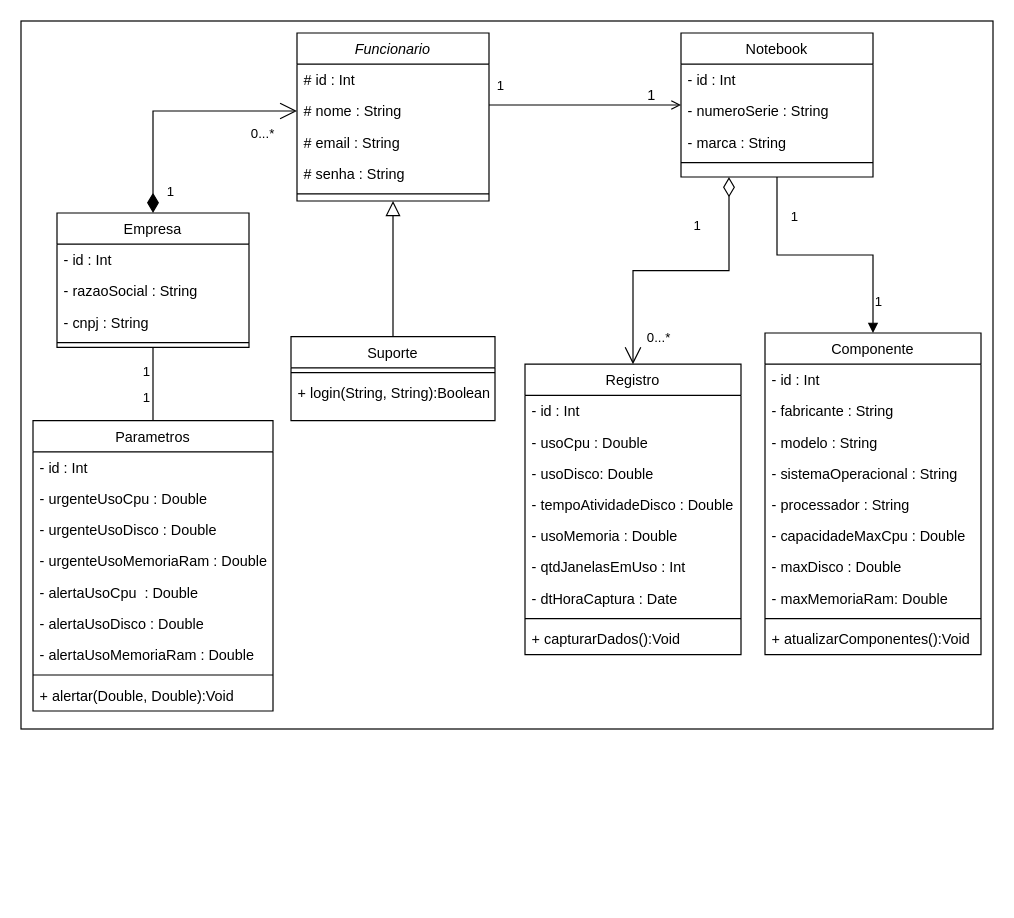
This is Diagramas/Diagrama de Classes/Diagrama_de_Classes.drawio from Noctoramento/Documentacao, a draw.io file, before an edit. Source tidied: cells renumbered, new cells numbered last; positions are measured from the earlier drawing's top-left corner, leaving out a move shared by most shapes. Both pictures are drawn from the tidied source at 120%, with x=0, y=0 at pixel (20, 20).
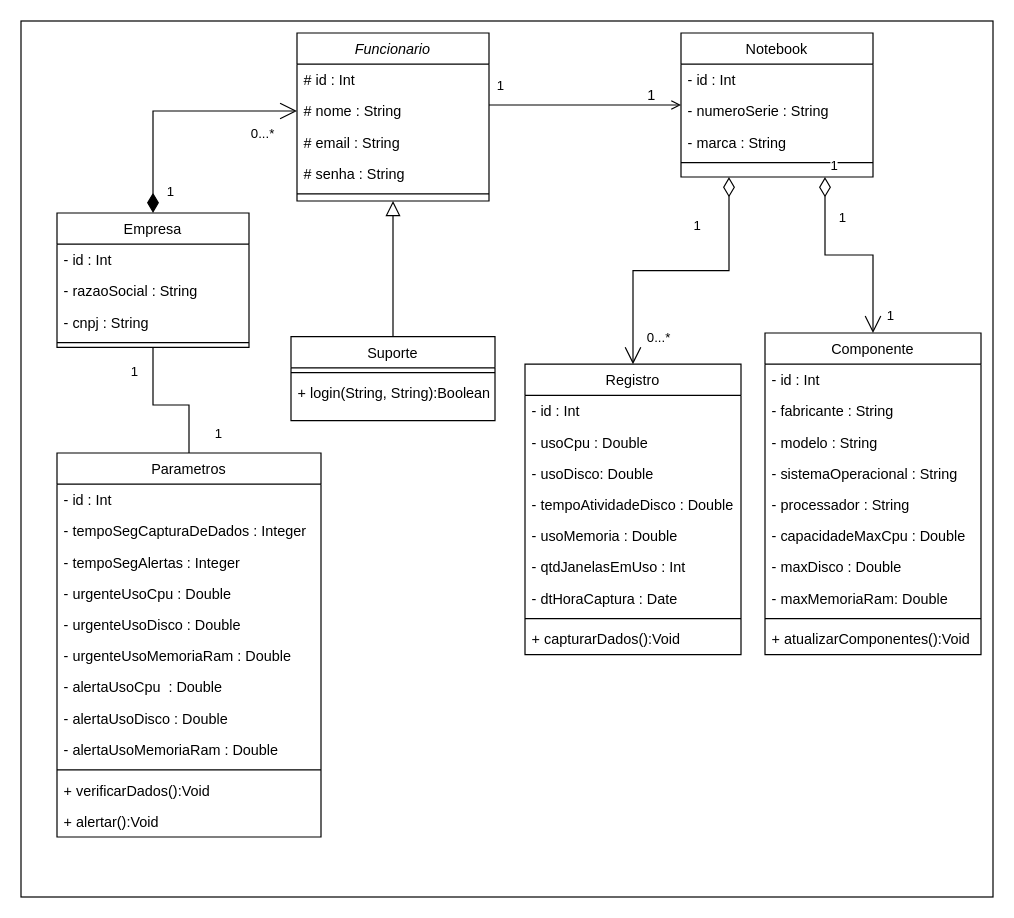
The same diagram, later.

Commit message (it also covers changes not shown here):
Finalizado diagrama de classes

The change refers to these unchanged cells:
```xml
<mxCell id="13" value="Componente" style="swimlane;fontStyle=0;align=center;verticalAlign=top;horizontal=1;startSize=26;rounded=0;shadow=0;strokeWidth=1;" parent="1" vertex="1">
  <mxGeometry x="620" y="260" width="180" height="268" as="geometry" />
</mxCell>
<mxCell id="24" value="Notebook" style="swimlane;fontStyle=0;align=center;verticalAlign=top;horizontal=1;startSize=26;rounded=0;shadow=0;strokeWidth=1;" parent="1" vertex="1">
  <mxGeometry x="550" y="10" width="160" height="120" as="geometry" />
</mxCell>
<mxCell id="41" value="Empresa" style="swimlane;fontStyle=0;align=center;verticalAlign=top;horizontal=1;startSize=26;rounded=0;shadow=0;strokeWidth=1;" parent="1" vertex="1">
  <mxGeometry x="30" y="160" width="160" height="112" as="geometry" />
</mxCell>
```

What changed in the source:
```diff
@@
     <mxCell id="2" style="rounded=0;whiteSpace=wrap;html=1;" parent="1" vertex="1">
-      <mxGeometry width="810" height="590" as="geometry" />
+      <mxGeometry width="810" height="730" as="geometry" />
     </mxCell>
@@
     <mxCell id="46" value="Parametros" style="swimlane;fontStyle=0;align=center;verticalAlign=top;horizontal=1;startSize=26;rounded=0;shadow=0;strokeWidth=1;" parent="1" vertex="1">
-      <mxGeometry x="10" y="333" width="200" height="242" as="geometry" />
+      <mxGeometry x="30" y="360" width="220" height="320" as="geometry" />
     </mxCell>
     <mxCell id="47" value="- id : Int" style="text;align=left;verticalAlign=top;spacingLeft=4;spacingRight=4;overflow=hidden;" parent="46" vertex="1">
-      <mxGeometry y="26" width="200" height="26" as="geometry" />
+      <mxGeometry y="26" width="220" height="26" as="geometry" />
     </mxCell>
+    <mxCell id="66" value="- tempoSegCapturaDeDados : Integer" style="text;align=left;verticalAlign=top;spacingLeft=4;spacingRight=4;overflow=hidden;" parent="46" vertex="1">
+      <mxGeometry y="52" width="220" height="26" as="geometry" />
+    </mxCell>
+    <mxCell id="67" value="- tempoSegAlertas : Integer" style="text;align=left;verticalAlign=top;spacingLeft=4;spacingRight=4;overflow=hidden;" parent="46" vertex="1">
+      <mxGeometry y="78" width="220" height="26" as="geometry" />
+    </mxCell>
     <mxCell id="48" value="- urgenteUsoCpu : Double" style="text;align=left;verticalAlign=top;spacingLeft=4;spacingRight=4;overflow=hidden;" parent="46" vertex="1">
-      <mxGeometry y="52" width="200" height="26" as="geometry" />
+      <mxGeometry y="104" width="220" height="26" as="geometry" />
     </mxCell>
     <mxCell id="49" value="- urgenteUsoDisco : Double" style="text;align=left;verticalAlign=top;spacingLeft=4;spacingRight=4;overflow=hidden;" parent="46" vertex="1">
-      <mxGeometry y="78" width="200" height="26" as="geometry" />
+      <mxGeometry y="130" width="220" height="26" as="geometry" />
     </mxCell>
     <mxCell id="50" value="- urgenteUsoMemoriaRam : Double" style="text;align=left;verticalAlign=top;spacingLeft=4;spacingRight=4;overflow=hidden;" parent="46" vertex="1">
-      <mxGeometry y="104" width="200" height="26" as="geometry" />
+      <mxGeometry y="156" width="220" height="26" as="geometry" />
     </mxCell>
     <mxCell id="51" value="- alertaUsoCpu  : Double" style="text;align=left;verticalAlign=top;spacingLeft=4;spacingRight=4;overflow=hidden;" parent="46" vertex="1">
-      <mxGeometry y="130" width="200" height="26" as="geometry" />
+      <mxGeometry y="182" width="220" height="26" as="geometry" />
     </mxCell>
     <mxCell id="52" value="- alertaUsoDisco : Double" style="text;align=left;verticalAlign=top;spacingLeft=4;spacingRight=4;overflow=hidden;" parent="46" vertex="1">
-      <mxGeometry y="156" width="200" height="26" as="geometry" />
+      <mxGeometry y="208" width="220" height="26" as="geometry" />
     </mxCell>
     <mxCell id="53" value="- alertaUsoMemoriaRam : Double" style="text;align=left;verticalAlign=top;spacingLeft=4;spacingRight=4;overflow=hidden;" parent="46" vertex="1">
-      <mxGeometry y="182" width="200" height="26" as="geometry" />
+      <mxGeometry y="234" width="220" height="26" as="geometry" />
     </mxCell>
     <mxCell id="54" style="line;html=1;strokeWidth=1;align=left;verticalAlign=middle;spacingTop=-1;spacingLeft=3;spacingRight=3;labelPosition=right;" parent="46" vertex="1">
-      <mxGeometry y="208" width="200" height="8" as="geometry" />
+      <mxGeometry y="260" width="220" height="8" as="geometry" />
     </mxCell>
-    <mxCell id="55" value="+ alertar(Double, Double):Void" style="text;align=left;verticalAlign=top;spacingLeft=4;spacingRight=4;overflow=hidden;fontStyle=0;" parent="46" vertex="1">
-      <mxGeometry y="216" width="200" height="26" as="geometry" />
+    <mxCell id="55" value="+ verificarDados():Void" style="text;align=left;verticalAlign=top;spacingLeft=4;spacingRight=4;overflow=hidden;fontStyle=0;" parent="46" vertex="1">
+      <mxGeometry y="268" width="220" height="26" as="geometry" />
     </mxCell>
+    <mxCell id="68" value="+ alertar():Void" style="text;align=left;verticalAlign=top;spacingLeft=4;spacingRight=4;overflow=hidden;fontStyle=0;" parent="46" vertex="1">
+      <mxGeometry y="294" width="220" height="26" as="geometry" />
+    </mxCell>
     <mxCell id="56" style="endArrow=none;html=1;rounded=0;exitX=0.5;exitY=0;exitDx=0;exitDy=0;entryX=0.5;entryY=1;entryDx=0;entryDy=0;" parent="1" edge="1" source="46" target="41">
-      <mxGeometry relative="1" as="geometry" />
+      <mxGeometry relative="1" as="geometry">
+        <Array as="points">
+          <mxPoint x="140" y="320" />
+          <mxPoint x="110" y="320" />
+        </Array>
+      </mxGeometry>
     </mxCell>
@@
     <mxCell id="59" value="&lt;span style=&quot;color: rgb(0, 0, 0); font-family: Helvetica; font-size: 11px; font-style: normal; font-variant-ligatures: normal; font-variant-caps: normal; font-weight: 400; letter-spacing: normal; orphans: 2; text-align: left; text-indent: 0px; text-transform: none; widows: 2; word-spacing: 0px; -webkit-text-stroke-width: 0px; white-space: nowrap; background-color: rgb(255, 255, 255); text-decoration-thickness: initial; text-decoration-style: initial; text-decoration-color: initial; display: inline !important; float: none;&quot;&gt;1&lt;/span&gt;" style="text;whiteSpace=wrap;html=1;" parent="1" vertex="1">
-      <mxGeometry x="100" y="278" width="40" height="40" as="geometry" />
+      <mxGeometry x="90" y="278" width="40" height="40" as="geometry" />
     </mxCell>
@@
-    <mxCell id="62" value="1" style="endArrow=block;endFill=1;html=1;edgeStyle=orthogonalEdgeStyle;align=left;verticalAlign=top;rounded=0;entryX=0.5;entryY=0;entryDx=0;entryDy=0;exitX=0.5;exitY=1;exitDx=0;exitDy=0;" parent="1" edge="1" source="24" target="13">
-      <mxGeometry x="-0.81" y="10" relative="1" as="geometry" />
-    </mxCell>
     <mxCell id="63" value="&lt;span style=&quot;color: rgb(0, 0, 0); font-family: Helvetica; font-size: 11px; font-style: normal; font-variant-ligatures: normal; font-variant-caps: normal; font-weight: 400; letter-spacing: normal; orphans: 2; text-align: left; text-indent: 0px; text-transform: none; widows: 2; word-spacing: 0px; -webkit-text-stroke-width: 0px; white-space: nowrap; background-color: rgb(255, 255, 255); text-decoration-thickness: initial; text-decoration-style: initial; text-decoration-color: initial; display: inline !important; float: none;&quot;&gt;1&lt;/span&gt;" style="text;whiteSpace=wrap;html=1;" parent="1" vertex="1">
-      <mxGeometry x="710" y="220" width="40" height="40" as="geometry" />
+      <mxGeometry x="720" y="232" width="40" height="40" as="geometry" />
     </mxCell>
@@
     <mxCell id="65" value="&lt;span style=&quot;color: rgb(0, 0, 0); font-family: Helvetica; font-size: 11px; font-style: normal; font-variant-ligatures: normal; font-variant-caps: normal; font-weight: 400; letter-spacing: normal; orphans: 2; text-align: left; text-indent: 0px; text-transform: none; widows: 2; word-spacing: 0px; -webkit-text-stroke-width: 0px; white-space: nowrap; background-color: rgb(255, 255, 255); text-decoration-thickness: initial; text-decoration-style: initial; text-decoration-color: initial; display: inline !important; float: none;&quot;&gt;1&lt;/span&gt;" style="text;whiteSpace=wrap;html=1;" parent="1" vertex="1">
-      <mxGeometry x="100" y="300" width="40" height="40" as="geometry" />
+      <mxGeometry x="160" y="330" width="40" height="40" as="geometry" />
     </mxCell>
+    <mxCell id="69" value="&lt;span style=&quot;color: rgb(0, 0, 0); font-family: Helvetica; font-size: 11px; font-style: normal; font-variant-ligatures: normal; font-variant-caps: normal; font-weight: 400; letter-spacing: normal; orphans: 2; text-align: left; text-indent: 0px; text-transform: none; widows: 2; word-spacing: 0px; -webkit-text-stroke-width: 0px; white-space: nowrap; background-color: rgb(255, 255, 255); text-decoration-thickness: initial; text-decoration-style: initial; text-decoration-color: initial; display: inline !important; float: none;&quot;&gt;1&lt;/span&gt;" style="text;whiteSpace=wrap;html=1;" parent="1" vertex="1">
+      <mxGeometry x="680" y="150" width="40" height="40" as="geometry" />
+    </mxCell>
+    <mxCell id="62" value="1" style="endArrow=open;html=1;endSize=12;startArrow=diamondThin;startSize=14;startFill=0;edgeStyle=orthogonalEdgeStyle;align=left;verticalAlign=bottom;rounded=0;exitX=0.75;exitY=1;exitDx=0;exitDy=0;entryX=0.5;entryY=0;entryDx=0;entryDy=0;" parent="1" edge="1" source="24" target="13">
+      <mxGeometry x="-1" y="3" relative="1" as="geometry" />
+    </mxCell>
```
